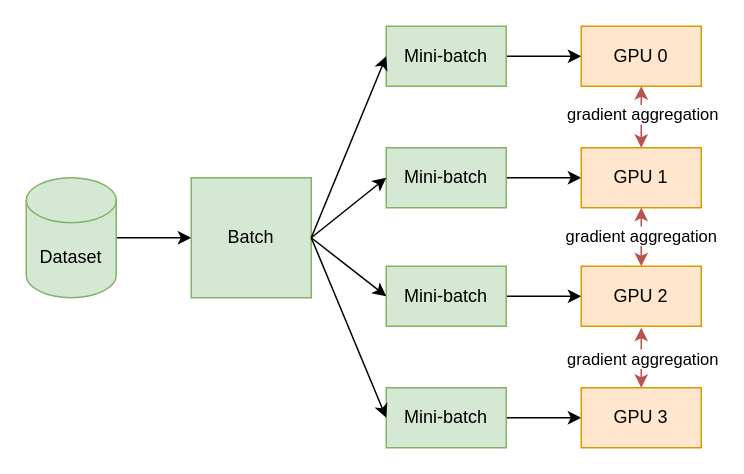
Above: page "Page-1" (1 of 4) of images/scaling_ml/data_parallelism.drawio in RohitBandaru/blog (draw.io), before the change. Source tidied: cells renumbered, new cells numbered last; positions are measured from the earlier drawing's top-left corner, leaving out a move shared by most shapes. Both pictures are drawn from the tidied source at 150%, with x=0, y=0 at pixel (26, 26).
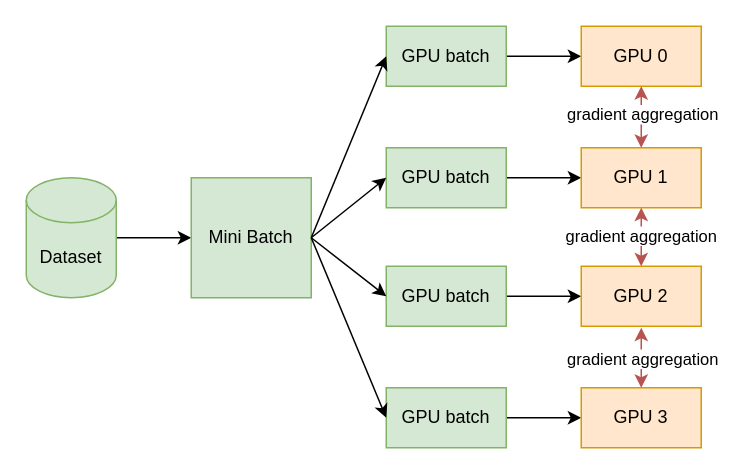
After the change.

Diff of the diagram source:
```diff
@@
-    <mxCell id="4" value="Batch" style="whiteSpace=wrap;html=1;fillColor=#d5e8d4;strokeColor=#82b366;" parent="1" vertex="1">
+    <mxCell id="4" value="Mini Batch" style="whiteSpace=wrap;html=1;fillColor=#d5e8d4;strokeColor=#82b366;" parent="1" vertex="1">
       <mxGeometry x="110" y="101" width="80" height="80" as="geometry" />
     </mxCell>
@@
-    <mxCell id="6" value="Mini-batch" style="rounded=0;whiteSpace=wrap;html=1;fillColor=#d5e8d4;strokeColor=#82b366;" parent="1" vertex="1">
+    <mxCell id="6" value="GPU batch" style="rounded=0;whiteSpace=wrap;html=1;fillColor=#d5e8d4;strokeColor=#82b366;" parent="1" vertex="1">
       <mxGeometry x="240" y="81" width="80" height="40" as="geometry" />
     </mxCell>
@@
-    <mxCell id="8" value="Mini-batch" style="rounded=0;whiteSpace=wrap;html=1;fillColor=#d5e8d4;strokeColor=#82b366;" parent="1" vertex="1">
+    <mxCell id="8" value="GPU batch" style="rounded=0;whiteSpace=wrap;html=1;fillColor=#d5e8d4;strokeColor=#82b366;" parent="1" vertex="1">
       <mxGeometry x="240" width="80" height="40" as="geometry" />
     </mxCell>
@@
-    <mxCell id="10" value="Mini-batch" style="rounded=0;whiteSpace=wrap;html=1;fillColor=#d5e8d4;strokeColor=#82b366;" parent="1" vertex="1">
+    <mxCell id="10" value="GPU batch" style="rounded=0;whiteSpace=wrap;html=1;fillColor=#d5e8d4;strokeColor=#82b366;" parent="1" vertex="1">
       <mxGeometry x="240" y="160" width="80" height="40" as="geometry" />
     </mxCell>
@@
-    <mxCell id="12" value="Mini-batch" style="rounded=0;whiteSpace=wrap;html=1;fillColor=#d5e8d4;strokeColor=#82b366;" parent="1" vertex="1">
+    <mxCell id="12" value="GPU batch" style="rounded=0;whiteSpace=wrap;html=1;fillColor=#d5e8d4;strokeColor=#82b366;" parent="1" vertex="1">
       <mxGeometry x="240" y="241" width="80" height="40" as="geometry" />
     </mxCell>
```
